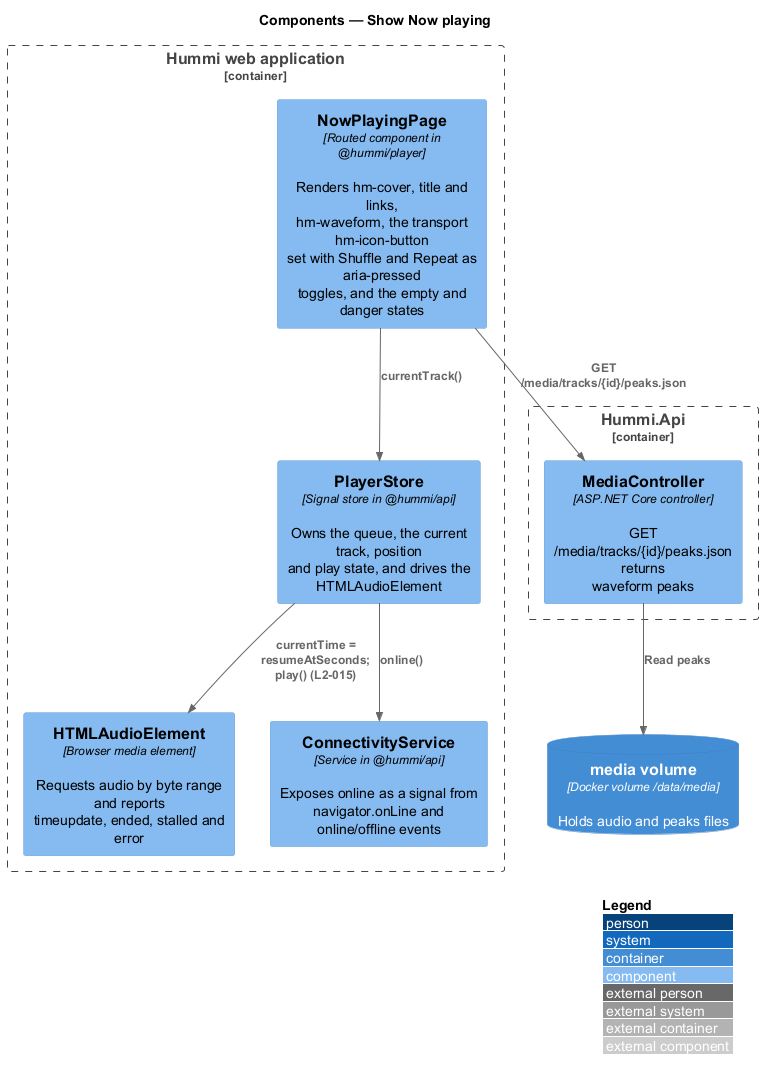
Above: docs/detailed-designs/playback/now-playing/diagrams/c4-component.png in QuinntyneBrown/hummi (PlantUML), before the change. The source it was exported from:
```plantuml
@startuml
!include <C4/C4_Component>
LAYOUT_WITH_LEGEND()
title Components — Show Now playing

Container_Boundary(spa, "Hummi web application") {
  Component(page, "NowPlayingPage", "Routed component in @hummi/player", "Renders hm-cover, title and links,\nhm-waveform, the transport hm-icon-button\nset with Shuffle and Repeat as aria-pressed\ntoggles, and the empty and danger states")
  Component(player, "PlayerStore", "Signal store in @hummi/api", "Owns the queue, the current track, position\nand play state, and drives the\nHTMLAudioElement")
  Component(audio, "HTMLAudioElement", "Browser media element", "Requests audio by byte range and reports\ntimeupdate, ended, stalled and error")
  Component(net, "ConnectivityService", "Service in @hummi/api", "Exposes online as a signal from\nnavigator.onLine and online/offline events")
}
Container_Boundary(api, "Hummi.Api") {
  Component(mctl, "MediaController", "ASP.NET Core controller", "GET /media/tracks/{id}/peaks.json returns\nwaveform peaks")
}
ContainerDb(media, "media volume", "Docker volume /data/media", "Holds audio and peaks files")
Rel(page, player, "currentTrack()")
Rel(page, mctl, "GET /media/tracks/{id}/peaks.json")
Rel(mctl, media, "Read peaks")
Rel(player, net, "online()")
Rel(player, audio, "currentTime = resumeAtSeconds;\nplay() (L2-015)")
@enduml
```
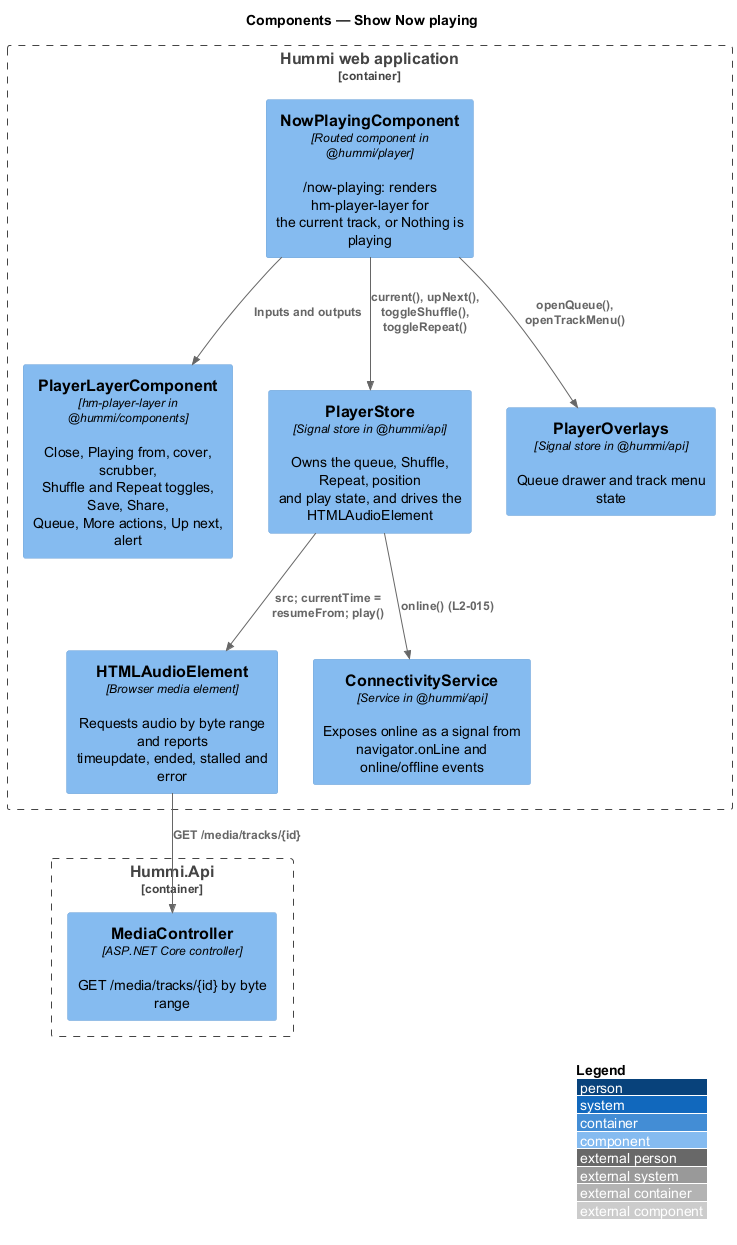
Above is the later version.

Diff of the diagram source:
```diff
@@ -4,18 +4,20 @@
 title Components — Show Now playing
 
 Container_Boundary(spa, "Hummi web application") {
-  Component(page, "NowPlayingPage", "Routed component in @hummi/player", "Renders hm-cover, title and links,\nhm-waveform, the transport hm-icon-button\nset with Shuffle and Repeat as aria-pressed\ntoggles, and the empty and danger states")
-  Component(player, "PlayerStore", "Signal store in @hummi/api", "Owns the queue, the current track, position\nand play state, and drives the\nHTMLAudioElement")
+  Component(page, "NowPlayingComponent", "Routed component in @hummi/player", "/now-playing: renders hm-player-layer for\nthe current track, or Nothing is playing")
+  Component(layer, "PlayerLayerComponent", "hm-player-layer in @hummi/components", "Close, Playing from, cover, scrubber,\nShuffle and Repeat toggles, Save, Share,\nQueue, More actions, Up next, alert")
+  Component(player, "PlayerStore", "Signal store in @hummi/api", "Owns the queue, Shuffle, Repeat, position\nand play state, and drives the\nHTMLAudioElement")
+  Component(overlays, "PlayerOverlays", "Signal store in @hummi/api", "Queue drawer and track menu state")
   Component(audio, "HTMLAudioElement", "Browser media element", "Requests audio by byte range and reports\ntimeupdate, ended, stalled and error")
   Component(net, "ConnectivityService", "Service in @hummi/api", "Exposes online as a signal from\nnavigator.onLine and online/offline events")
 }
 Container_Boundary(api, "Hummi.Api") {
-  Component(mctl, "MediaController", "ASP.NET Core controller", "GET /media/tracks/{id}/peaks.json returns\nwaveform peaks")
+  Component(mctl, "MediaController", "ASP.NET Core controller", "GET /media/tracks/{id} by byte range")
 }
-ContainerDb(media, "media volume", "Docker volume /data/media", "Holds audio and peaks files")
-Rel(page, player, "currentTrack()")
-Rel(page, mctl, "GET /media/tracks/{id}/peaks.json")
-Rel(mctl, media, "Read peaks")
-Rel(player, net, "online()")
-Rel(player, audio, "currentTime = resumeAtSeconds;\nplay() (L2-015)")
+Rel(page, layer, "Inputs and outputs")
+Rel(page, player, "current(), upNext(), toggleShuffle(),\ntoggleRepeat()")
+Rel(page, overlays, "openQueue(), openTrackMenu()")
+Rel(player, net, "online() (L2-015)")
+Rel(player, audio, "src; currentTime = resumeFrom; play()")
+Rel(audio, mctl, "GET /media/tracks/{id}")
 @enduml
```
